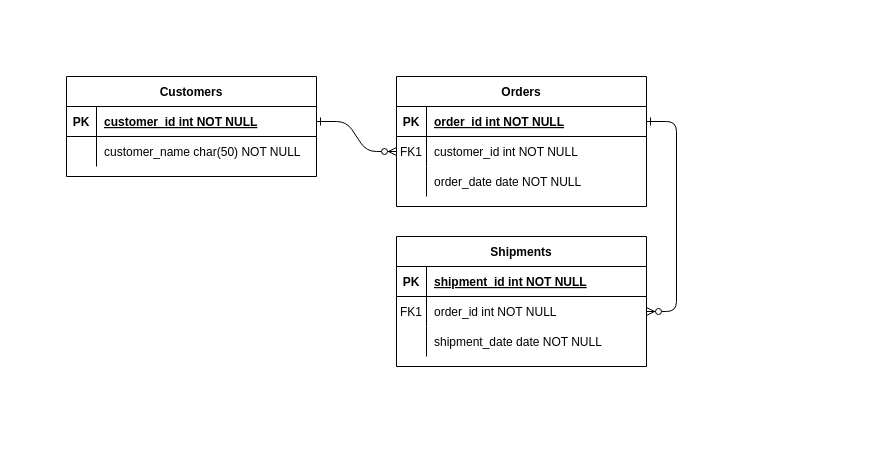
Alyona-GS/Test_Guru keeps this draw.io diagram as Test_Guru.drawio. Above is the earlier version. Source tidied: cells renumbered, new cells numbered last; positions are measured from the earlier drawing's top-left corner, leaving out a move shared by most shapes. Both pictures are drawn from the tidied source at 100%, with x=0, y=0 at pixel (66, 76).
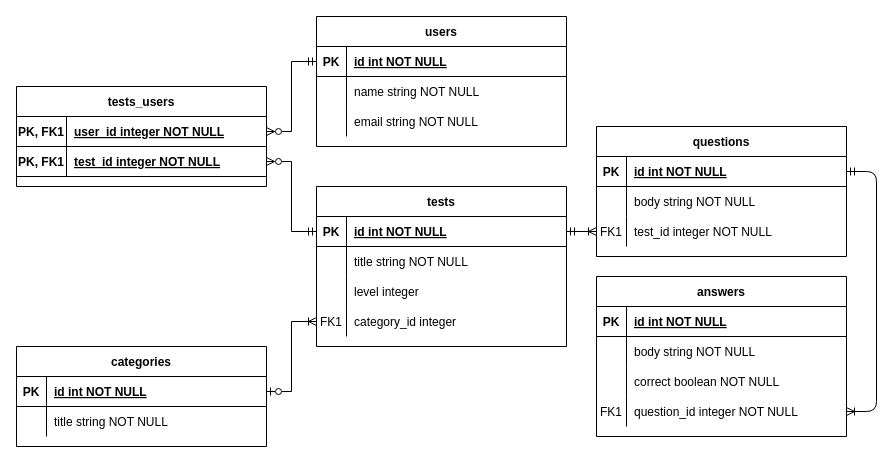
The same page after the edit.

Unchanged cells that the change refers to:
```xml
<mxCell id="5" style="shape=partialRectangle;fillColor=none;points=[[0,0.5],[1,0.5]];portConstraint=eastwest;top=0;left=0;right=0;bottom=1;" parent="4" vertex="1">
  <mxGeometry y="30" width="250" height="30" as="geometry" />
</mxCell>
<mxCell id="8" style="shape=partialRectangle;fillColor=none;points=[[0,0.5],[1,0.5]];portConstraint=eastwest;top=0;left=0;right=0;bottom=0;" parent="4" vertex="1">
  <mxGeometry y="60" width="250" height="30" as="geometry" />
</mxCell>
<mxCell id="15" style="shape=partialRectangle;fillColor=none;points=[[0,0.5],[1,0.5]];portConstraint=eastwest;top=0;left=0;right=0;bottom=1;" parent="14" vertex="1">
  <mxGeometry y="30" width="250" height="30" as="geometry" />
</mxCell>
<mxCell id="18" style="shape=partialRectangle;fillColor=none;points=[[0,0.5],[1,0.5]];portConstraint=eastwest;top=0;left=0;right=0;bottom=0;" parent="14" vertex="1">
  <mxGeometry y="60" width="250" height="30" as="geometry" />
</mxCell>
<mxCell id="21" style="shape=partialRectangle;fillColor=none;points=[[0,0.5],[1,0.5]];portConstraint=eastwest;top=0;left=0;right=0;bottom=0;" parent="14" vertex="1">
  <mxGeometry y="90" width="250" height="30" as="geometry" />
</mxCell>
<mxCell id="25" style="shape=partialRectangle;fillColor=none;points=[[0,0.5],[1,0.5]];portConstraint=eastwest;top=0;left=0;right=0;bottom=1;" parent="24" vertex="1">
  <mxGeometry y="30" width="250" height="30" as="geometry" />
</mxCell>
<mxCell id="28" style="shape=partialRectangle;fillColor=none;top=0;left=0;right=0;bottom=0;" parent="24" vertex="1">
  <mxGeometry y="60" width="250" height="30" as="geometry" />
</mxCell>
```

Change to the diagram source:
```diff
@@
-    <mxCell id="2" style="edgeStyle=entityRelationEdgeStyle;endArrow=ERzeroToMany;startArrow=ERone;endFill=1;startFill=0;" parent="1" edge="1" source="25" target="8">
+    <mxCell id="2" style="edgeStyle=entityRelationEdgeStyle;endArrow=ERmandOne;startArrow=ERoneToMany;endFill=0;startFill=0;exitX=1;exitY=0.5;exitDx=0;exitDy=0;entryX=1;entryY=0.5;entryDx=0;entryDy=0;" parent="1" edge="1" source="34" target="15">
       <mxGeometry relative="1" as="geometry" />
     </mxCell>
-    <mxCell id="3" style="edgeStyle=entityRelationEdgeStyle;endArrow=ERzeroToMany;startArrow=ERone;endFill=1;startFill=0;" parent="1" edge="1" source="5" target="18">
+    <mxCell id="3" style="edgeStyle=entityRelationEdgeStyle;endArrow=ERoneToMany;startArrow=ERmandOne;endFill=0;startFill=0;entryX=0;entryY=0.5;entryDx=0;entryDy=0;entryPerimeter=0;" parent="1" edge="1" source="38" target="21">
       <mxGeometry relative="1" as="geometry" />
     </mxCell>
-    <mxCell id="4" value="Orders" style="shape=table;startSize=30;childLayout=tableLayout;rowLines=0;fontStyle=1;align=center;" parent="1" vertex="1">
-      <mxGeometry x="330" width="250" height="130" as="geometry" />
+    <mxCell id="4" value="categories" style="shape=table;startSize=30;childLayout=tableLayout;rowLines=0;fontStyle=1;align=center;" parent="1" vertex="1">
+      <mxGeometry x="-50" y="270" width="250" height="100" as="geometry" />
     </mxCell>
@@
-    <mxCell id="7" value="order_id int NOT NULL " style="shape=partialRectangle;overflow=hidden;fillColor=none;top=0;left=0;bottom=0;right=0;align=left;spacingLeft=6;fontStyle=5;" parent="5" vertex="1">
+    <mxCell id="7" value="id int NOT NULL " style="shape=partialRectangle;overflow=hidden;fillColor=none;top=0;left=0;bottom=0;right=0;align=left;spacingLeft=6;fontStyle=5;" parent="5" vertex="1">
       <mxGeometry x="30" width="220" height="30" as="geometry" />
     </mxCell>
@@
-    <mxCell id="9" value="FK1" style="shape=partialRectangle;overflow=hidden;fillColor=none;top=0;left=0;bottom=0;right=0;" parent="8" vertex="1">
+    <mxCell id="9" style="shape=partialRectangle;overflow=hidden;fillColor=none;top=0;left=0;bottom=0;right=0;" parent="8" vertex="1">
       <mxGeometry width="30" height="30" as="geometry" />
     </mxCell>
-    <mxCell id="10" value="customer_id int NOT NULL" style="shape=partialRectangle;overflow=hidden;fillColor=none;top=0;left=0;bottom=0;right=0;align=left;spacingLeft=6;" parent="8" vertex="1">
+    <mxCell id="10" value="title string NOT NULL" style="shape=partialRectangle;overflow=hidden;fillColor=none;top=0;left=0;bottom=0;right=0;align=left;spacingLeft=6;" parent="8" vertex="1">
       <mxGeometry x="30" width="220" height="30" as="geometry" />
     </mxCell>
-    <mxCell id="11" style="shape=partialRectangle;fillColor=none;top=0;left=0;right=0;bottom=0;" parent="4" vertex="1">
-      <mxGeometry y="90" width="250" height="30" as="geometry" />
-    </mxCell>
-    <mxCell id="12" style="shape=partialRectangle;overflow=hidden;fillColor=none;top=0;left=0;bottom=0;right=0;" parent="11" vertex="1">
-      <mxGeometry width="30" height="30" as="geometry" />
-    </mxCell>
-    <mxCell id="13" value="order_date date NOT NULL" style="shape=partialRectangle;overflow=hidden;fillColor=none;top=0;left=0;bottom=0;right=0;align=left;spacingLeft=6;" parent="11" vertex="1">
-      <mxGeometry x="30" width="220" height="30" as="geometry" />
-    </mxCell>
-    <mxCell id="14" value="Shipments" style="shape=table;startSize=30;childLayout=tableLayout;rowLines=0;fontStyle=1;align=center;" parent="1" vertex="1">
-      <mxGeometry x="330" y="160" width="250" height="130" as="geometry" />
+    <mxCell id="14" value="questions" style="shape=table;startSize=30;childLayout=tableLayout;rowLines=0;fontStyle=1;align=center;" parent="1" vertex="1">
+      <mxGeometry x="530" y="50" width="250" height="130" as="geometry" />
     </mxCell>
@@
-    <mxCell id="17" value="shipment_id int NOT NULL " style="shape=partialRectangle;overflow=hidden;fillColor=none;top=0;left=0;bottom=0;right=0;align=left;spacingLeft=6;fontStyle=5;" parent="15" vertex="1">
+    <mxCell id="17" value="id int NOT NULL " style="shape=partialRectangle;overflow=hidden;fillColor=none;top=0;left=0;bottom=0;right=0;align=left;spacingLeft=6;fontStyle=5;" parent="15" vertex="1">
       <mxGeometry x="30" width="220" height="30" as="geometry" />
     </mxCell>
@@
-    <mxCell id="19" value="FK1" style="shape=partialRectangle;overflow=hidden;fillColor=none;top=0;left=0;bottom=0;right=0;" parent="18" vertex="1">
+    <mxCell id="19" style="shape=partialRectangle;overflow=hidden;fillColor=none;top=0;left=0;bottom=0;right=0;" parent="18" vertex="1">
       <mxGeometry width="30" height="30" as="geometry" />
     </mxCell>
-    <mxCell id="20" value="order_id int NOT NULL" style="shape=partialRectangle;overflow=hidden;fillColor=none;top=0;left=0;bottom=0;right=0;align=left;spacingLeft=6;" parent="18" vertex="1">
+    <mxCell id="20" value="body string NOT NULL" style="shape=partialRectangle;overflow=hidden;fillColor=none;top=0;left=0;bottom=0;right=0;align=left;spacingLeft=6;" parent="18" vertex="1">
       <mxGeometry x="30" width="220" height="30" as="geometry" />
     </mxCell>
@@
-    <mxCell id="22" style="shape=partialRectangle;overflow=hidden;fillColor=none;top=0;left=0;bottom=0;right=0;" parent="21" vertex="1">
+    <mxCell id="22" value="FK1" style="shape=partialRectangle;overflow=hidden;fillColor=none;top=0;left=0;bottom=0;right=0;" parent="21" vertex="1">
       <mxGeometry width="30" height="30" as="geometry" />
     </mxCell>
-    <mxCell id="23" value="shipment_date date NOT NULL" style="shape=partialRectangle;overflow=hidden;fillColor=none;top=0;left=0;bottom=0;right=0;align=left;spacingLeft=6;" parent="21" vertex="1">
+    <mxCell id="23" value="test_id integer NOT NULL" style="shape=partialRectangle;overflow=hidden;fillColor=none;top=0;left=0;bottom=0;right=0;align=left;spacingLeft=6;" parent="21" vertex="1">
       <mxGeometry x="30" width="220" height="30" as="geometry" />
     </mxCell>
-    <mxCell id="24" value="Customers" style="shape=table;startSize=30;childLayout=tableLayout;rowLines=0;fontStyle=1;align=center;" parent="1" vertex="1">
-      <mxGeometry width="250" height="100" as="geometry" />
+    <mxCell id="24" value="answers" style="shape=table;startSize=30;childLayout=tableLayout;rowLines=0;fontStyle=1;align=center;" parent="1" vertex="1">
+      <mxGeometry x="530" y="200" width="250" height="160" as="geometry" />
     </mxCell>
@@
-    <mxCell id="27" value="customer_id int NOT NULL " style="shape=partialRectangle;overflow=hidden;fillColor=none;top=0;left=0;bottom=0;right=0;align=left;spacingLeft=6;fontStyle=5;" parent="25" vertex="1">
+    <mxCell id="27" value="id int NOT NULL " style="shape=partialRectangle;overflow=hidden;fillColor=none;top=0;left=0;bottom=0;right=0;align=left;spacingLeft=6;fontStyle=5;" parent="25" vertex="1">
       <mxGeometry x="30" width="220" height="30" as="geometry" />
     </mxCell>
@@
-    <mxCell id="30" value="customer_name char(50) NOT NULL" style="shape=partialRectangle;overflow=hidden;fillColor=none;top=0;left=0;bottom=0;right=0;align=left;spacingLeft=6;" parent="28" vertex="1">
+    <mxCell id="30" value="body string NOT NULL" style="shape=partialRectangle;overflow=hidden;fillColor=none;top=0;left=0;bottom=0;right=0;align=left;spacingLeft=6;" parent="28" vertex="1">
       <mxGeometry x="30" width="220" height="30" as="geometry" />
     </mxCell>
+    <mxCell id="31" style="shape=partialRectangle;fillColor=none;top=0;left=0;right=0;bottom=0;" parent="24" vertex="1">
+      <mxGeometry y="90" width="250" height="30" as="geometry" />
+    </mxCell>
+    <mxCell id="32" style="shape=partialRectangle;overflow=hidden;fillColor=none;top=0;left=0;bottom=0;right=0;" parent="31" vertex="1">
+      <mxGeometry width="30" height="30" as="geometry" />
+    </mxCell>
+    <mxCell id="33" value="correct boolean NOT NULL" style="shape=partialRectangle;overflow=hidden;fillColor=none;top=0;left=0;bottom=0;right=0;align=left;spacingLeft=6;" parent="31" vertex="1">
+      <mxGeometry x="30" width="220" height="30" as="geometry" />
+    </mxCell>
+    <mxCell id="34" style="shape=partialRectangle;fillColor=none;points=[[0,0.5],[1,0.5]];portConstraint=eastwest;top=0;left=0;right=0;bottom=0;" parent="24" vertex="1">
+      <mxGeometry y="120" width="250" height="30" as="geometry" />
+    </mxCell>
+    <mxCell id="35" value="FK1" style="shape=partialRectangle;overflow=hidden;fillColor=none;top=0;left=0;bottom=0;right=0;" parent="34" vertex="1">
+      <mxGeometry width="30" height="30" as="geometry" />
+    </mxCell>
+    <mxCell id="36" value="question_id integer NOT NULL" style="shape=partialRectangle;overflow=hidden;fillColor=none;top=0;left=0;bottom=0;right=0;align=left;spacingLeft=6;" parent="34" vertex="1">
+      <mxGeometry x="30" width="220" height="30" as="geometry" />
+    </mxCell>
+    <mxCell id="37" value="tests" style="shape=table;startSize=30;childLayout=tableLayout;rowLines=0;fontStyle=1;align=center;" parent="1" vertex="1">
+      <mxGeometry x="250" y="110" width="250" height="160" as="geometry" />
+    </mxCell>
+    <mxCell id="38" style="shape=partialRectangle;fillColor=none;points=[[0,0.5],[1,0.5]];portConstraint=eastwest;top=0;left=0;right=0;bottom=1;" parent="37" vertex="1">
+      <mxGeometry y="30" width="250" height="30" as="geometry" />
+    </mxCell>
+    <mxCell id="39" value="PK" style="shape=partialRectangle;overflow=hidden;fillColor=none;top=0;left=0;bottom=0;right=0;fontStyle=1;" parent="38" vertex="1">
+      <mxGeometry width="30" height="30" as="geometry" />
+    </mxCell>
+    <mxCell id="40" value="id int NOT NULL " style="shape=partialRectangle;overflow=hidden;fillColor=none;top=0;left=0;bottom=0;right=0;align=left;spacingLeft=6;fontStyle=5;" parent="38" vertex="1">
+      <mxGeometry x="30" width="220" height="30" as="geometry" />
+    </mxCell>
+    <mxCell id="41" style="shape=partialRectangle;fillColor=none;top=0;left=0;right=0;bottom=0;" parent="37" vertex="1">
+      <mxGeometry y="60" width="250" height="30" as="geometry" />
+    </mxCell>
+    <mxCell id="42" style="shape=partialRectangle;overflow=hidden;fillColor=none;top=0;left=0;bottom=0;right=0;" parent="41" vertex="1">
+      <mxGeometry width="30" height="30" as="geometry" />
+    </mxCell>
+    <mxCell id="43" value="title string NOT NULL" style="shape=partialRectangle;overflow=hidden;fillColor=none;top=0;left=0;bottom=0;right=0;align=left;spacingLeft=6;" parent="41" vertex="1">
+      <mxGeometry x="30" width="220" height="30" as="geometry" />
+    </mxCell>
+    <mxCell id="44" style="shape=partialRectangle;fillColor=none;top=0;left=0;right=0;bottom=0;" parent="37" vertex="1">
+      <mxGeometry y="90" width="250" height="30" as="geometry" />
+    </mxCell>
+    <mxCell id="45" style="shape=partialRectangle;overflow=hidden;fillColor=none;top=0;left=0;bottom=0;right=0;" parent="44" vertex="1">
+      <mxGeometry width="30" height="30" as="geometry" />
+    </mxCell>
+    <mxCell id="46" value="level integer" style="shape=partialRectangle;overflow=hidden;fillColor=none;top=0;left=0;bottom=0;right=0;align=left;spacingLeft=6;" parent="44" vertex="1">
+      <mxGeometry x="30" width="220" height="30" as="geometry" />
+    </mxCell>
+    <mxCell id="47" style="shape=partialRectangle;fillColor=none;points=[[0,0.5],[1,0.5]];portConstraint=eastwest;top=0;left=0;right=0;bottom=0;" parent="37" vertex="1">
+      <mxGeometry y="120" width="250" height="30" as="geometry" />
+    </mxCell>
+    <mxCell id="48" value="FK1" style="shape=partialRectangle;overflow=hidden;fillColor=none;top=0;left=0;bottom=0;right=0;" parent="47" vertex="1">
+      <mxGeometry width="30" height="30" as="geometry" />
+    </mxCell>
+    <mxCell id="49" value="category_id integer" style="shape=partialRectangle;overflow=hidden;fillColor=none;top=0;left=0;bottom=0;right=0;align=left;spacingLeft=6;" parent="47" vertex="1">
+      <mxGeometry x="30" width="220" height="30" as="geometry" />
+    </mxCell>
+    <mxCell id="50" value="users" style="shape=table;startSize=30;childLayout=tableLayout;rowLines=0;fontStyle=1;align=center;" parent="1" vertex="1">
+      <mxGeometry x="250" y="-60" width="250" height="130" as="geometry" />
+    </mxCell>
+    <mxCell id="51" style="shape=partialRectangle;fillColor=none;points=[[0,0.5],[1,0.5]];portConstraint=eastwest;top=0;left=0;right=0;bottom=1;" parent="50" vertex="1">
+      <mxGeometry y="30" width="250" height="30" as="geometry" />
+    </mxCell>
+    <mxCell id="52" value="PK" style="shape=partialRectangle;overflow=hidden;fillColor=none;top=0;left=0;bottom=0;right=0;fontStyle=1;" parent="51" vertex="1">
+      <mxGeometry width="30" height="30" as="geometry" />
+    </mxCell>
+    <mxCell id="53" value="id int NOT NULL " style="shape=partialRectangle;overflow=hidden;fillColor=none;top=0;left=0;bottom=0;right=0;align=left;spacingLeft=6;fontStyle=5;" parent="51" vertex="1">
+      <mxGeometry x="30" width="220" height="30" as="geometry" />
+    </mxCell>
+    <mxCell id="54" style="shape=partialRectangle;fillColor=none;top=0;left=0;right=0;bottom=0;" parent="50" vertex="1">
+      <mxGeometry y="60" width="250" height="30" as="geometry" />
+    </mxCell>
+    <mxCell id="55" style="shape=partialRectangle;overflow=hidden;fillColor=none;top=0;left=0;bottom=0;right=0;" parent="54" vertex="1">
+      <mxGeometry width="30" height="30" as="geometry" />
+    </mxCell>
+    <mxCell id="56" value="name string NOT NULL" style="shape=partialRectangle;overflow=hidden;fillColor=none;top=0;left=0;bottom=0;right=0;align=left;spacingLeft=6;" parent="54" vertex="1">
+      <mxGeometry x="30" width="220" height="30" as="geometry" />
+    </mxCell>
+    <mxCell id="57" style="shape=partialRectangle;fillColor=none;top=0;left=0;right=0;bottom=0;" parent="50" vertex="1">
+      <mxGeometry y="90" width="250" height="30" as="geometry" />
+    </mxCell>
+    <mxCell id="58" style="shape=partialRectangle;overflow=hidden;fillColor=none;top=0;left=0;bottom=0;right=0;" parent="57" vertex="1">
+      <mxGeometry width="30" height="30" as="geometry" />
+    </mxCell>
+    <mxCell id="59" value="email string NOT NULL" style="shape=partialRectangle;overflow=hidden;fillColor=none;top=0;left=0;bottom=0;right=0;align=left;spacingLeft=6;" parent="57" vertex="1">
+      <mxGeometry x="30" width="220" height="30" as="geometry" />
+    </mxCell>
+    <mxCell id="60" value="tests_users" style="shape=table;startSize=30;childLayout=tableLayout;rowLines=0;fontStyle=1;align=center;" parent="1" vertex="1">
+      <mxGeometry x="-50" y="10" width="250" height="100" as="geometry" />
+    </mxCell>
+    <mxCell id="61" style="shape=partialRectangle;fillColor=none;points=[[0,0.5],[1,0.5]];portConstraint=eastwest;top=0;left=0;right=0;bottom=1;" parent="60" vertex="1">
+      <mxGeometry y="30" width="250" height="30" as="geometry" />
+    </mxCell>
+    <mxCell id="62" value="PK, FK1" style="shape=partialRectangle;overflow=hidden;fillColor=none;top=0;left=0;bottom=0;right=0;fontStyle=1;" parent="61" vertex="1">
+      <mxGeometry width="50" height="30" as="geometry" />
+    </mxCell>
+    <mxCell id="63" value="user_id integer NOT NULL " style="shape=partialRectangle;overflow=hidden;fillColor=none;top=0;left=0;bottom=0;right=0;align=left;spacingLeft=6;fontStyle=5;" parent="61" vertex="1">
+      <mxGeometry x="50" width="200" height="30" as="geometry" />
+    </mxCell>
+    <mxCell id="64" style="shape=partialRectangle;fillColor=none;points=[[0,0.5],[1,0.5]];portConstraint=eastwest;top=0;left=0;right=0;bottom=1;" parent="60" vertex="1">
+      <mxGeometry y="60" width="250" height="30" as="geometry" />
+    </mxCell>
+    <mxCell id="65" value="PK, FK1" style="shape=partialRectangle;overflow=hidden;fillColor=none;top=0;left=0;bottom=0;right=0;fontStyle=1;" parent="64" vertex="1">
+      <mxGeometry width="50" height="30" as="geometry" />
+    </mxCell>
+    <mxCell id="66" value="test_id integer NOT NULL " style="shape=partialRectangle;overflow=hidden;fillColor=none;top=0;left=0;bottom=0;right=0;align=left;spacingLeft=6;fontStyle=5;" parent="64" vertex="1">
+      <mxGeometry x="50" width="200" height="30" as="geometry" />
+    </mxCell>
+    <mxCell id="67" style="edgeStyle=orthogonalEdgeStyle;rounded=0;jettySize=auto;html=1;exitX=1;exitY=0.5;exitDx=0;exitDy=0;entryX=0;entryY=0.5;entryDx=0;entryDy=0;endArrow=ERoneToMany;endFill=0;startArrow=ERzeroToOne;startFill=0;" parent="1" edge="1" source="5" target="47">
+      <mxGeometry relative="1" as="geometry" />
+    </mxCell>
+    <mxCell id="68" style="edgeStyle=orthogonalEdgeStyle;rounded=0;jettySize=auto;html=1;exitX=0;exitY=0.5;exitDx=0;exitDy=0;entryX=1;entryY=0.5;entryDx=0;entryDy=0;endArrow=ERzeroToMany;endFill=0;startArrow=ERmandOne;startFill=0;" parent="1" edge="1" source="51" target="61">
+      <mxGeometry relative="1" as="geometry" />
+    </mxCell>
+    <mxCell id="69" style="edgeStyle=orthogonalEdgeStyle;rounded=0;jettySize=auto;html=1;exitX=1;exitY=0.5;exitDx=0;exitDy=0;entryX=0;entryY=0.5;entryDx=0;entryDy=0;endArrow=ERmandOne;endFill=0;startArrow=ERzeroToMany;startFill=0;" parent="1" edge="1" source="64" target="38">
+      <mxGeometry relative="1" as="geometry" />
+    </mxCell>
```
